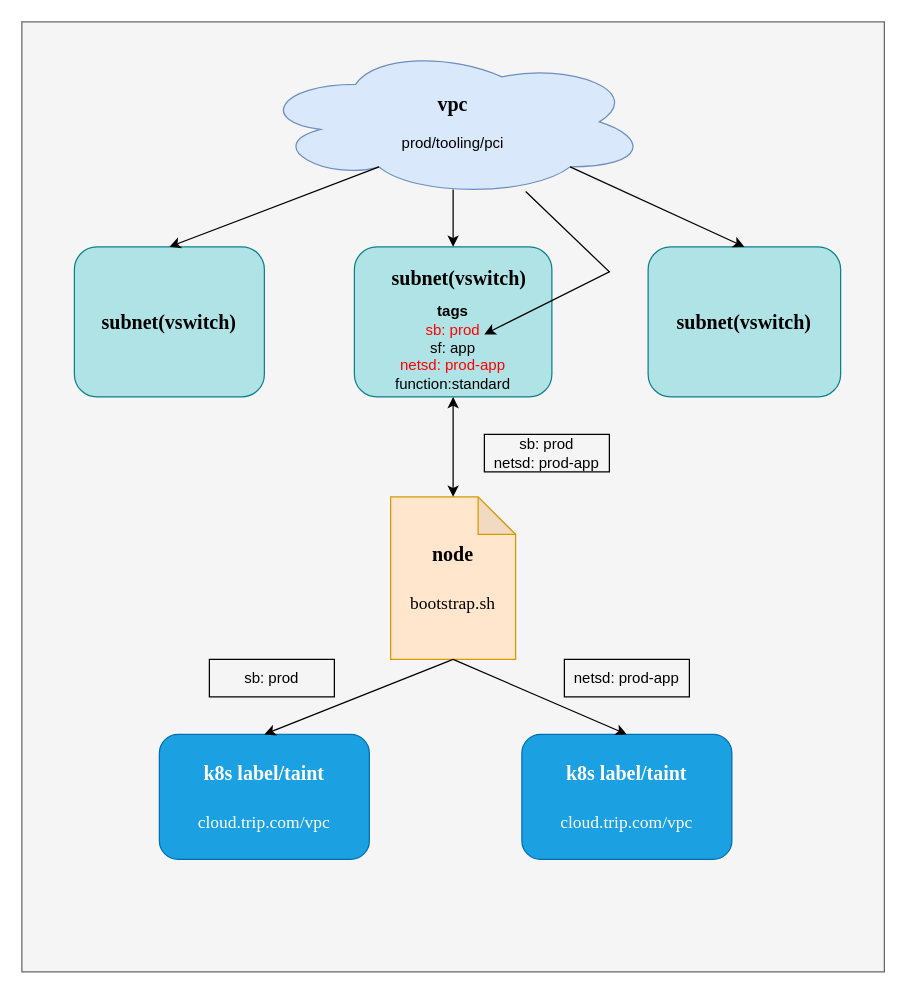
Before: sgp-ali-securitydomain.drawio in YanshanSong/draw.io, a draw.io diagram. Source tidied: cells renumbered, new cells numbered last; positions are measured from the earlier drawing's top-left corner, leaving out a move shared by most shapes. Both pictures are drawn from the tidied source at 125%, with x=0, y=0 at pixel (21, 21).
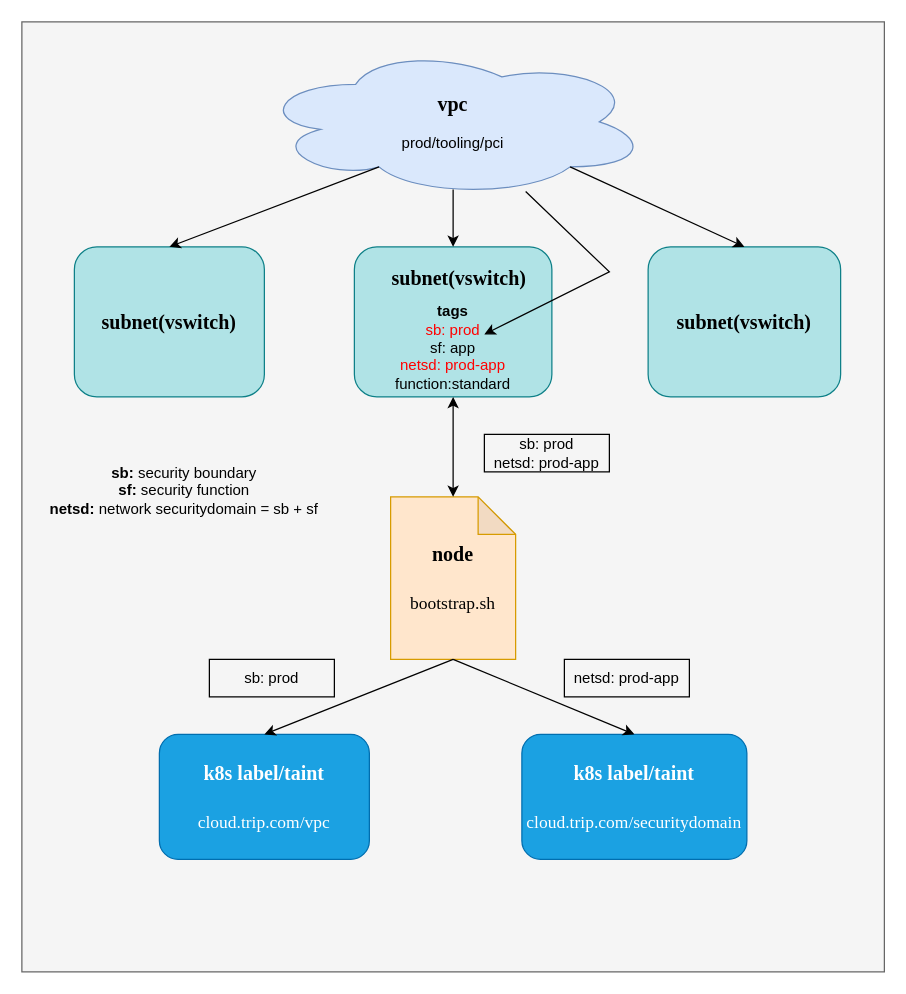
The same diagram, later.

Diff of the diagram source:
```diff
@@
-    <mxCell id="20" value="&lt;font size=&quot;1&quot; face=&quot;Times New Roman&quot; style=&quot;&quot;&gt;&lt;b style=&quot;font-size: 16px;&quot;&gt;k8s label/taint&lt;/b&gt;&lt;/font&gt;&lt;div&gt;&lt;font face=&quot;Times New Roman&quot; style=&quot;font-size: 18px;&quot;&gt;&lt;br&gt;&lt;/font&gt;&lt;/div&gt;&lt;div&gt;&lt;font style=&quot;font-size: 14px;&quot; face=&quot;Times New Roman&quot;&gt;cloud.trip.com/vpc&lt;/font&gt;&lt;/div&gt;" style="rounded=1;whiteSpace=wrap;html=1;fillColor=#1ba1e2;fontColor=#ffffff;strokeColor=#006EAF;" parent="1" vertex="1">
-      <mxGeometry x="400" y="570" width="168" height="100" as="geometry" />
+    <mxCell id="20" value="&lt;font size=&quot;1&quot; face=&quot;Times New Roman&quot; style=&quot;&quot;&gt;&lt;b style=&quot;font-size: 16px;&quot;&gt;k8s label/taint&lt;/b&gt;&lt;/font&gt;&lt;div&gt;&lt;font face=&quot;Times New Roman&quot; style=&quot;font-size: 18px;&quot;&gt;&lt;br&gt;&lt;/font&gt;&lt;/div&gt;&lt;div&gt;&lt;font style=&quot;font-size: 14px;&quot; face=&quot;Times New Roman&quot;&gt;cloud.trip.com/securitydomain&lt;/font&gt;&lt;/div&gt;" style="rounded=1;whiteSpace=wrap;html=1;fillColor=#1ba1e2;fontColor=#ffffff;strokeColor=#006EAF;" parent="1" vertex="1">
+      <mxGeometry x="400" y="570" width="180" height="100" as="geometry" />
     </mxCell>
@@
+    <mxCell id="25" value="&lt;b&gt;sb:&lt;/b&gt; security boundary&lt;div&gt;&lt;b&gt;sf: &lt;/b&gt;security function&lt;/div&gt;&lt;div&gt;&lt;b&gt;netsd:&lt;/b&gt; network securitydomain = sb + sf&lt;/div&gt;" style="text;html=1;align=center;verticalAlign=middle;whiteSpace=wrap;rounded=0;" parent="1" vertex="1">
+      <mxGeometry x="10" y="330" width="240" height="90" as="geometry" />
+    </mxCell>
```
